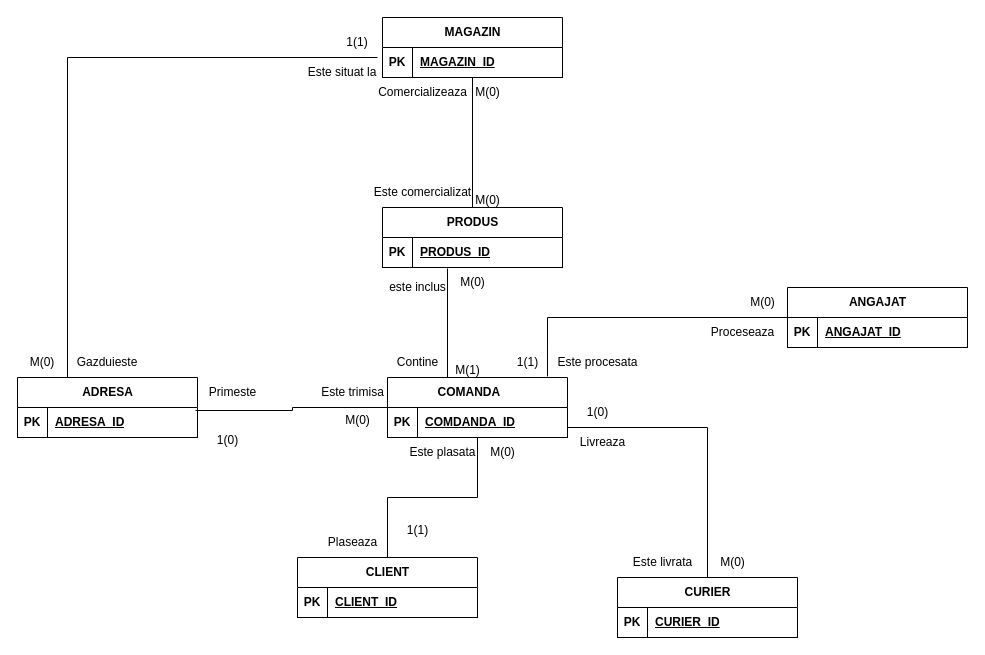
Above: Conceptual-Diagram.drawio in Mateiul123/BD (draw.io), before the change. Source tidied: cells renumbered, new cells numbered last; positions are measured from the earlier drawing's top-left corner, leaving out a move shared by most shapes. Both pictures are drawn from the tidied source at 100%, with x=0, y=0 at pixel (17, 17).
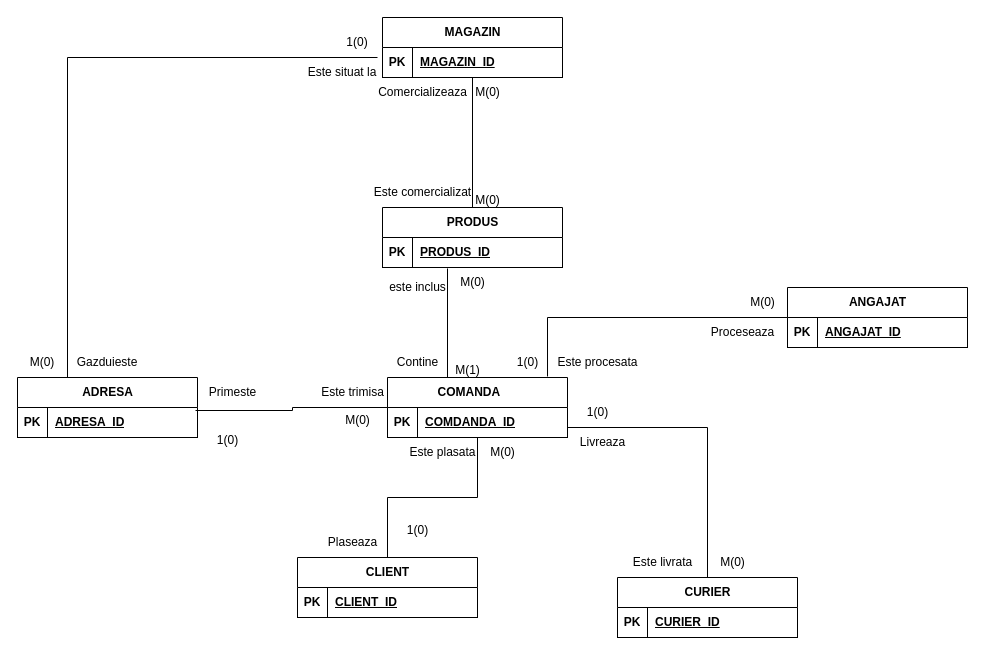
The same page after the edit.

What changed in the source:
```diff
@@
-    <mxCell id="48" value="1(1)" style="text;html=1;align=center;verticalAlign=middle;strokeColor=none;fillColor=none;" parent="1" vertex="1">
+    <mxCell id="48" value="1(0)" style="text;html=1;align=center;verticalAlign=middle;strokeColor=none;fillColor=none;" parent="1" vertex="1">
       <mxGeometry x="380" y="498" width="40" height="30" as="geometry" />
     </mxCell>
@@
-    <mxCell id="55" value="1(1)" style="text;html=1;align=center;verticalAlign=middle;strokeColor=none;fillColor=none;" parent="1" vertex="1">
+    <mxCell id="55" value="1(0)" style="text;html=1;align=center;verticalAlign=middle;strokeColor=none;fillColor=none;" parent="1" vertex="1">
       <mxGeometry x="490" y="330" width="40" height="30" as="geometry" />
     </mxCell>
@@
-    <mxCell id="61" value="1(1)" style="text;html=1;whiteSpace=wrap;strokeColor=none;fillColor=none;align=center;verticalAlign=middle;rounded=0;" parent="1" vertex="1">
+    <mxCell id="61" value="1(0)" style="text;html=1;whiteSpace=wrap;strokeColor=none;fillColor=none;align=center;verticalAlign=middle;rounded=0;" parent="1" vertex="1">
       <mxGeometry x="320" y="10" width="40" height="30" as="geometry" />
     </mxCell>
```
